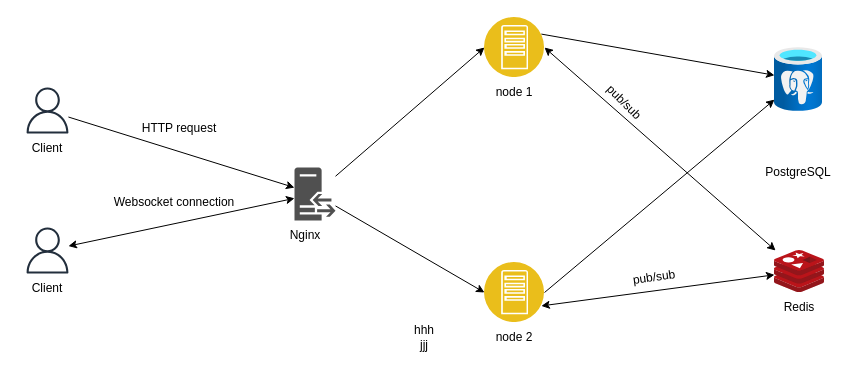
The draw.io diagram docs/drawio/architecture.drawio in TP-O/werewolf, before the edit. Source tidied: cells renumbered, new cells numbered last; positions are measured from the earlier drawing's top-left corner, leaving out a move shared by most shapes. Both pictures are drawn from the tidied source at 100%, with x=0, y=0 at pixel (17, 17).
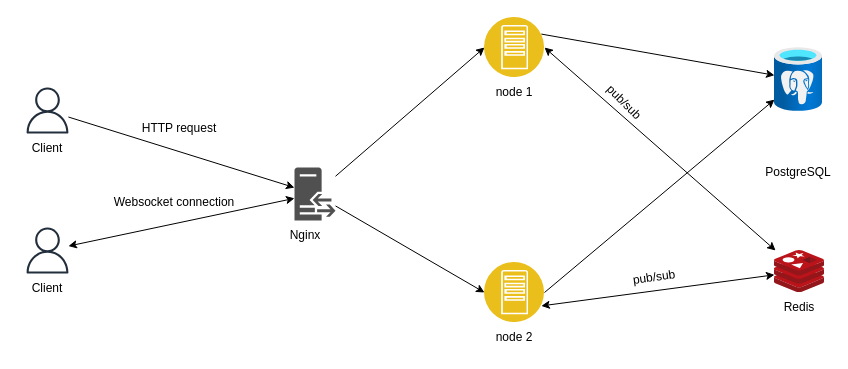
The same page after the edit.

What changed in the source:
```diff
@@
-    <mxCell id="22" value="hhh&lt;br&gt;jjj" style="text;html=1;strokeColor=none;fillColor=none;align=center;verticalAlign=middle;whiteSpace=wrap;rounded=0;" parent="1" vertex="1">
-      <mxGeometry x="377" y="305" width="60" height="30" as="geometry" />
-    </mxCell>
```
